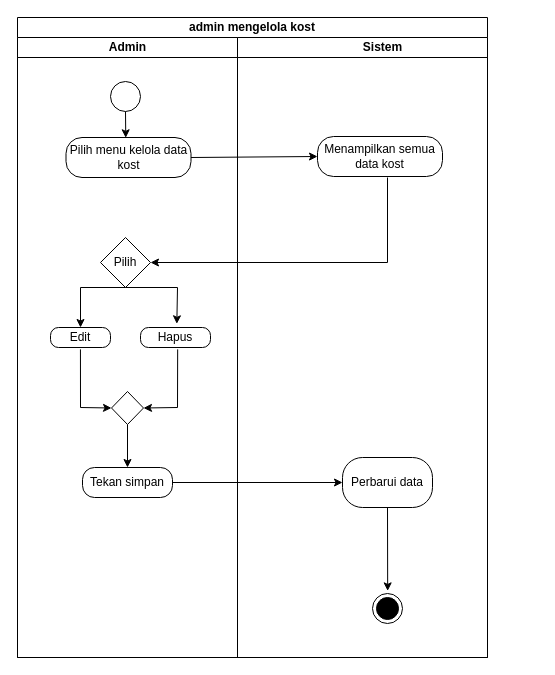
HANNN-YOLO/skripsi keeps this draw.io diagram as page "A.DATA KOST" (3 of 21) of USE CASE KOST SAW TERBARU.drawio. Above is the earlier version. Source tidied: cells renumbered, new cells numbered last; positions are measured from the earlier drawing's top-left corner, leaving out a move shared by most shapes. Both pictures are drawn from the tidied source at 100%, with x=0, y=0 at pixel (17, 17).
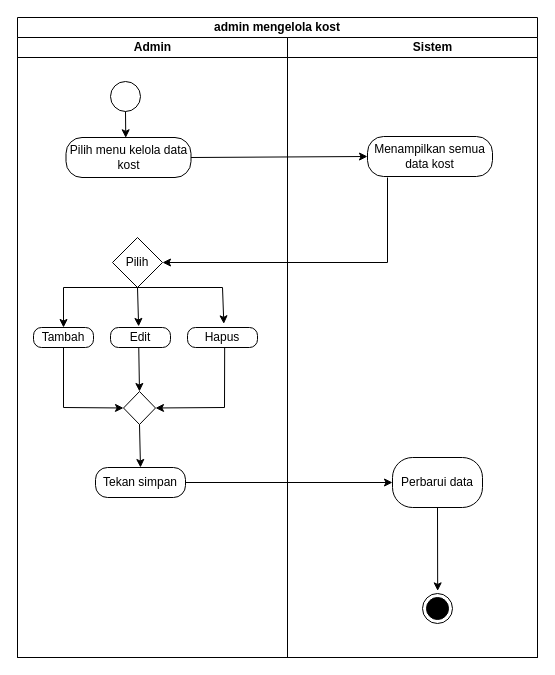
The same page after the edit.

The edit, as a diff of the source:
```diff
@@
     <mxCell id="2" value="admin mengelola kost" style="swimlane;html=1;startSize=20;whiteSpace=wrap;" parent="1" vertex="1">
-      <mxGeometry width="470" height="640" as="geometry" />
+      <mxGeometry width="520" height="640" as="geometry" />
     </mxCell>
     <mxCell id="3" value="Admin" style="swimlane;html=1;startSize=20;" parent="2" vertex="1">
-      <mxGeometry y="20" width="220" height="620" as="geometry" />
+      <mxGeometry y="20" width="270" height="620" as="geometry" />
     </mxCell>
@@
     <mxCell id="7" value="Pilih" style="rhombus;whiteSpace=wrap;html=1;" parent="3" vertex="1">
-      <mxGeometry x="83" y="200" width="50" height="50" as="geometry" />
+      <mxGeometry x="95" y="200" width="50" height="50" as="geometry" />
     </mxCell>
     <mxCell id="8" value="Edit" style="rounded=1;whiteSpace=wrap;html=1;arcSize=40;" parent="3" vertex="1">
-      <mxGeometry x="33" y="290" width="60" height="20" as="geometry" />
+      <mxGeometry x="93" y="290" width="60" height="20" as="geometry" />
     </mxCell>
     <mxCell id="9" value="Hapus" style="rounded=1;whiteSpace=wrap;html=1;arcSize=40;" parent="3" vertex="1">
-      <mxGeometry x="123" y="290" width="70" height="20" as="geometry" />
+      <mxGeometry x="170" y="290" width="70" height="20" as="geometry" />
     </mxCell>
     <mxCell id="10" style="endArrow=classic;html=1;rounded=0;exitX=0.5;exitY=1;exitDx=0;exitDy=0;entryX=0.519;entryY=-0.184;entryDx=0;entryDy=0;entryPerimeter=0;" parent="3" edge="1" source="7" target="9">
       <mxGeometry relative="1" as="geometry">
         <Array as="points">
-          <mxPoint x="160" y="250" />
+          <mxPoint x="205" y="250" />
         </Array>
       </mxGeometry>
     </mxCell>
-    <mxCell id="11" style="endArrow=classic;html=1;rounded=0;exitX=0.5;exitY=1;exitDx=0;exitDy=0;entryX=0.5;entryY=0;entryDx=0;entryDy=0;" parent="3" edge="1" source="7" target="8">
+    <mxCell id="11" style="endArrow=classic;html=1;rounded=0;exitX=0.5;exitY=1;exitDx=0;exitDy=0;entryX=0.5;entryY=0;entryDx=0;entryDy=0;" parent="3" edge="1" source="7" target="25">
       <mxGeometry relative="1" as="geometry">
         <Array as="points">
-          <mxPoint x="63" y="250" />
+          <mxPoint x="46" y="250" />
         </Array>
       </mxGeometry>
     </mxCell>
     <mxCell id="12" style="rhombus;whiteSpace=wrap;html=1;" parent="3" vertex="1">
-      <mxGeometry x="94" y="354" width="32" height="33" as="geometry" />
+      <mxGeometry x="106" y="354" width="32" height="33" as="geometry" />
     </mxCell>
-    <mxCell id="13" style="endArrow=classic;html=1;rounded=0;exitX=0.499;exitY=1.094;exitDx=0;exitDy=0;exitPerimeter=0;entryX=0;entryY=0.5;entryDx=0;entryDy=0;" parent="3" edge="1" source="8" target="12">
+    <mxCell id="13" style="endArrow=classic;html=1;rounded=0;exitX=0.5;exitY=1;exitDx=0;exitDy=0;entryX=0;entryY=0.5;entryDx=0;entryDy=0;" parent="3" edge="1" source="25" target="12">
       <mxGeometry relative="1" as="geometry">
         <Array as="points">
-          <mxPoint x="63" y="370" />
+          <mxPoint x="46" y="370" />
         </Array>
       </mxGeometry>
     </mxCell>
-    <mxCell id="14" style="endArrow=classic;html=1;rounded=0;exitX=0.531;exitY=1.094;exitDx=0;exitDy=0;entryX=1;entryY=0.5;entryDx=0;entryDy=0;exitPerimeter=0;" parent="3" edge="1" source="9" target="12">
+    <mxCell id="14" style="endArrow=classic;html=1;rounded=0;exitX=0.531;exitY=1.02;exitDx=0;exitDy=0;entryX=1;entryY=0.5;entryDx=0;entryDy=0;exitPerimeter=0;" parent="3" edge="1" source="9" target="12">
       <mxGeometry relative="1" as="geometry">
         <Array as="points">
-          <mxPoint x="160" y="370" />
+          <mxPoint x="207" y="370" />
         </Array>
       </mxGeometry>
     </mxCell>
     <mxCell id="15" value="Tekan simpan" style="rounded=1;whiteSpace=wrap;html=1;arcSize=40;" parent="3" vertex="1">
-      <mxGeometry x="65" y="430" width="90" height="30" as="geometry" />
+      <mxGeometry x="78" y="430" width="90" height="30" as="geometry" />
     </mxCell>
@@
+    <mxCell id="25" value="Tambah" style="rounded=1;whiteSpace=wrap;html=1;arcSize=40;" parent="3" vertex="1">
+      <mxGeometry x="16" y="290" width="60" height="20" as="geometry" />
+    </mxCell>
+    <mxCell id="26" style="endArrow=classic;html=1;rounded=0;entryX=0.5;entryY=0;entryDx=0;entryDy=0;exitX=0.471;exitY=0.996;exitDx=0;exitDy=0;exitPerimeter=0;" parent="3" edge="1" source="8" target="12">
+      <mxGeometry relative="1" as="geometry" />
+    </mxCell>
     <mxCell id="17" value="&lt;blockquote style=&quot;margin: 0 0 0 40px; border: none; padding: 0px;&quot;&gt;Sistem&lt;/blockquote&gt;" style="swimlane;html=1;startSize=20;swimlaneLine=1;" parent="2" vertex="1">
-      <mxGeometry x="220" y="20" width="250" height="620" as="geometry" />
+      <mxGeometry x="270" y="20" width="250" height="620" as="geometry" />
     </mxCell>
@@
+    <mxCell id="27" style="endArrow=classic;html=1;rounded=0;entryX=0.469;entryY=-0.053;entryDx=0;entryDy=0;entryPerimeter=0;" parent="1" edge="1" target="8">
+      <mxGeometry relative="1" as="geometry">
+        <mxPoint x="120" y="270" as="sourcePoint" />
+      </mxGeometry>
+    </mxCell>
```
